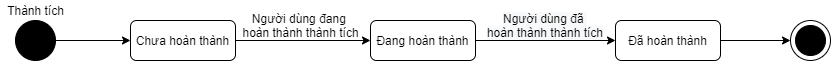
Before: ToDoApp-Doc/Document/Diagram/State Machine Diagram/Achievement/Achievement_StateDiagram.png, a diagram exported from draw.io (Merevoli-DatLuu/To-Do-App). Source tidied: cells renumbered, new cells last; positions are measured from the earlier drawing's top-left corner, leaving out a move shared by most shapes.
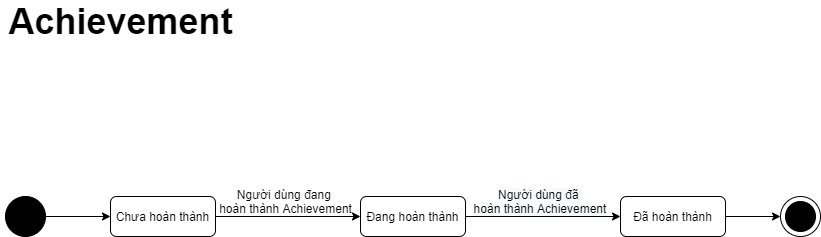
The same diagram one commit later.

Commit message:
[Modified] : Achievement_StateDiagram

What changed in the source:
```diff
@@ -15,7 +15,7 @@
       <mxGeometry relative="1" as="geometry" />
     </mxCell>
     <mxCell id="6" value="Chưa hoàn thành" style="shape=rect;rounded=1;html=1;whiteSpace=wrap;align=center;" parent="1" vertex="1">
-      <mxGeometry x="130" y="20" width="105" height="40" as="geometry" />
+      <mxGeometry x="120" y="20" width="105" height="40" as="geometry" />
     </mxCell>
     <mxCell id="7" style="edgeStyle=none;rounded=0;jettySize=auto;html=1;" parent="1" edge="1" source="8" target="10">
       <mxGeometry relative="1" as="geometry" />
@@ -27,16 +27,16 @@
       <mxGeometry relative="1" as="geometry" />
     </mxCell>
     <mxCell id="10" value="Đã hoàn thành" style="shape=rect;rounded=1;html=1;whiteSpace=wrap;align=center;" parent="1" vertex="1">
-      <mxGeometry x="615" y="20" width="105" height="40" as="geometry" />
+      <mxGeometry x="630" y="20" width="105" height="40" as="geometry" />
     </mxCell>
-    <mxCell id="11" value="Thành tích" style="text;html=1;align=center;verticalAlign=middle;" parent="1" vertex="1">
-      <mxGeometry width="70" height="20" as="geometry" />
+    <mxCell id="11" value="&lt;span style=&quot;font-size: 36px&quot;&gt;&lt;b&gt;Achievement&lt;/b&gt;&lt;/span&gt;" style="text;html=1;align=center;verticalAlign=middle;" parent="1" vertex="1">
+      <mxGeometry x="10" y="-170" width="240" height="30" as="geometry" />
     </mxCell>
-    <mxCell id="12" value="Người dùng đang &lt;br&gt;hoàn thành thành tích" style="text;html=1;align=center;verticalAlign=middle;" parent="1" vertex="1">
-      <mxGeometry x="235" y="10" width="130" height="30" as="geometry" />
+    <mxCell id="12" value="Người dùng đang &lt;br&gt;hoàn thành Achievement" style="text;html=1;align=center;verticalAlign=middle;" parent="1" vertex="1">
+      <mxGeometry x="220" y="10" width="150" height="30" as="geometry" />
     </mxCell>
-    <mxCell id="13" value="&lt;span style=&quot;color: rgb(0 , 0 , 0) ; font-family: &amp;#34;helvetica&amp;#34; ; font-size: 12px ; font-style: normal ; font-weight: 400 ; letter-spacing: normal ; text-indent: 0px ; text-transform: none ; word-spacing: 0px ; background-color: rgb(248 , 249 , 250) ; display: inline ; float: none&quot;&gt;Người dùng đã&lt;span&gt;&amp;nbsp;&lt;/span&gt;&lt;/span&gt;&lt;br style=&quot;color: rgb(0 , 0 , 0) ; font-family: &amp;#34;helvetica&amp;#34; ; font-size: 12px ; font-style: normal ; font-weight: 400 ; letter-spacing: normal ; text-indent: 0px ; text-transform: none ; word-spacing: 0px ; background-color: rgb(248 , 249 , 250)&quot;&gt;&lt;span style=&quot;color: rgb(0 , 0 , 0) ; font-family: &amp;#34;helvetica&amp;#34; ; font-size: 12px ; font-style: normal ; font-weight: 400 ; letter-spacing: normal ; text-indent: 0px ; text-transform: none ; word-spacing: 0px ; background-color: rgb(248 , 249 , 250) ; display: inline ; float: none&quot;&gt;hoàn thành thành tích&lt;/span&gt;" style="text;whiteSpace=wrap;html=1;align=center;" parent="1" vertex="1">
-      <mxGeometry x="475" y="5" width="140" height="40" as="geometry" />
+    <mxCell id="13" value="&lt;span style=&quot;color: rgb(0 , 0 , 0) ; font-family: &amp;#34;helvetica&amp;#34; ; font-size: 12px ; font-style: normal ; font-weight: 400 ; letter-spacing: normal ; text-indent: 0px ; text-transform: none ; word-spacing: 0px ; background-color: rgb(248 , 249 , 250) ; display: inline ; float: none&quot;&gt;Người dùng đã&lt;span&gt;&amp;nbsp;&lt;/span&gt;&lt;/span&gt;&lt;br style=&quot;color: rgb(0 , 0 , 0) ; font-family: &amp;#34;helvetica&amp;#34; ; font-size: 12px ; font-style: normal ; font-weight: 400 ; letter-spacing: normal ; text-indent: 0px ; text-transform: none ; word-spacing: 0px ; background-color: rgb(248 , 249 , 250)&quot;&gt;&lt;span style=&quot;color: rgb(0 , 0 , 0) ; font-family: &amp;#34;helvetica&amp;#34; ; font-size: 12px ; font-style: normal ; font-weight: 400 ; letter-spacing: normal ; text-indent: 0px ; text-transform: none ; word-spacing: 0px ; background-color: rgb(248 , 249 , 250) ; display: inline ; float: none&quot;&gt;hoàn thành Achievement&lt;/span&gt;" style="text;whiteSpace=wrap;html=1;align=center;" parent="1" vertex="1">
+      <mxGeometry x="480" y="5" width="140" height="40" as="geometry" />
     </mxCell>
   </root>
 </mxGraphModel>
```
